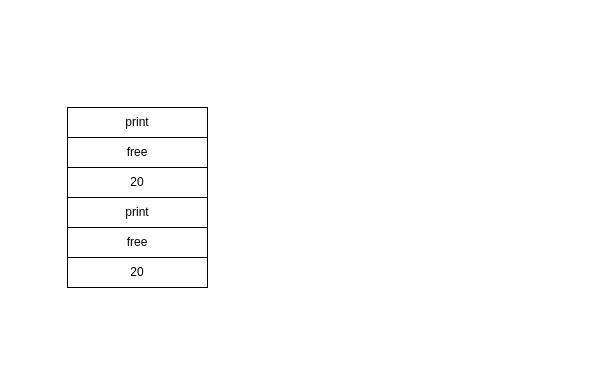
Earlier version of the draw.io diagram blog/ciscn_2019_n_3.drawio (Zephyrccc/ImageHostingService). Source tidied: cells renumbered, new cells numbered last; positions are measured from the earlier drawing's top-left corner, leaving out a move shared by most shapes. Both pictures are drawn from the tidied source at 100%, with x=0, y=0 at pixel (67, 107).
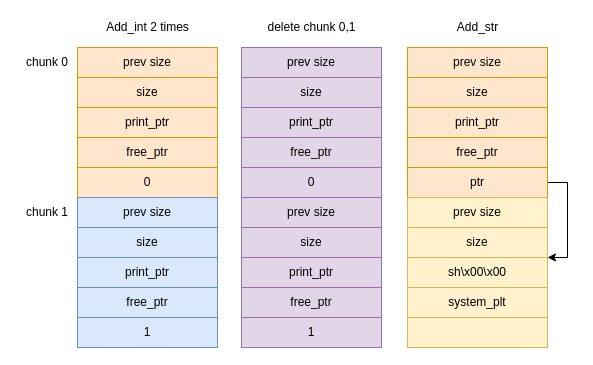
The same diagram, later.

Diff of the diagram source:
```diff
@@
-    <mxCell id="2" value="print&lt;span style=&quot;white-space: pre&quot;&gt;&lt;br&gt;&lt;/span&gt;" style="rounded=0;whiteSpace=wrap;html=1;" parent="1" vertex="1">
-      <mxGeometry width="140" height="30" as="geometry" />
+    <mxCell id="2" value="print_ptr&lt;span style=&quot;white-space: pre&quot;&gt;&lt;br&gt;&lt;/span&gt;" style="rounded=0;whiteSpace=wrap;html=1;fillColor=#ffe6cc;strokeColor=#d79b00;" parent="1" vertex="1">
+      <mxGeometry x="10" width="140" height="30" as="geometry" />
     </mxCell>
-    <mxCell id="3" value="free" style="rounded=0;whiteSpace=wrap;html=1;" parent="1" vertex="1">
-      <mxGeometry y="30" width="140" height="30" as="geometry" />
+    <mxCell id="3" value="free_ptr" style="rounded=0;whiteSpace=wrap;html=1;fillColor=#ffe6cc;strokeColor=#d79b00;" parent="1" vertex="1">
+      <mxGeometry x="10" y="30" width="140" height="30" as="geometry" />
     </mxCell>
-    <mxCell id="4" value="20" style="rounded=0;whiteSpace=wrap;html=1;" parent="1" vertex="1">
-      <mxGeometry y="60" width="140" height="30" as="geometry" />
+    <mxCell id="4" value="0" style="rounded=0;whiteSpace=wrap;html=1;fillColor=#ffe6cc;strokeColor=#d79b00;" parent="1" vertex="1">
+      <mxGeometry x="10" y="60" width="140" height="30" as="geometry" />
     </mxCell>
-    <mxCell id="5" value="print&lt;span style=&quot;white-space: pre&quot;&gt;&lt;br&gt;&lt;/span&gt;" style="rounded=0;whiteSpace=wrap;html=1;" parent="1" vertex="1">
-      <mxGeometry y="90" width="140" height="30" as="geometry" />
+    <mxCell id="5" value="print_ptr&lt;span&gt;&lt;br&gt;&lt;/span&gt;" style="rounded=0;whiteSpace=wrap;html=1;fillColor=#dae8fc;strokeColor=#6c8ebf;" parent="1" vertex="1">
+      <mxGeometry x="10" y="150" width="140" height="30" as="geometry" />
     </mxCell>
-    <mxCell id="6" value="free" style="rounded=0;whiteSpace=wrap;html=1;" parent="1" vertex="1">
-      <mxGeometry y="120" width="140" height="30" as="geometry" />
+    <mxCell id="6" value="free_ptr" style="rounded=0;whiteSpace=wrap;html=1;fillColor=#dae8fc;strokeColor=#6c8ebf;" parent="1" vertex="1">
+      <mxGeometry x="10" y="180" width="140" height="30" as="geometry" />
     </mxCell>
-    <mxCell id="7" value="20" style="rounded=0;whiteSpace=wrap;html=1;" parent="1" vertex="1">
-      <mxGeometry y="150" width="140" height="30" as="geometry" />
+    <mxCell id="7" value="1" style="rounded=0;whiteSpace=wrap;html=1;fillColor=#dae8fc;strokeColor=#6c8ebf;" parent="1" vertex="1">
+      <mxGeometry x="10" y="210" width="140" height="30" as="geometry" />
     </mxCell>
+    <mxCell id="8" value="chunk 0" style="text;html=1;strokeColor=none;fillColor=none;align=center;verticalAlign=middle;whiteSpace=wrap;rounded=0;" parent="1" vertex="1">
+      <mxGeometry x="-50" y="-60" width="60" height="30" as="geometry" />
+    </mxCell>
+    <mxCell id="9" value="size" style="rounded=0;whiteSpace=wrap;html=1;fillColor=#ffe6cc;strokeColor=#d79b00;" parent="1" vertex="1">
+      <mxGeometry x="10" y="-30" width="140" height="30" as="geometry" />
+    </mxCell>
+    <mxCell id="10" value="prev size" style="rounded=0;whiteSpace=wrap;html=1;fillColor=#ffe6cc;strokeColor=#d79b00;" parent="1" vertex="1">
+      <mxGeometry x="10" y="-60" width="140" height="30" as="geometry" />
+    </mxCell>
+    <mxCell id="11" value="size" style="rounded=0;whiteSpace=wrap;html=1;fillColor=#dae8fc;strokeColor=#6c8ebf;" parent="1" vertex="1">
+      <mxGeometry x="10" y="120" width="140" height="30" as="geometry" />
+    </mxCell>
+    <mxCell id="12" value="prev size" style="rounded=0;whiteSpace=wrap;html=1;fillColor=#dae8fc;strokeColor=#6c8ebf;" parent="1" vertex="1">
+      <mxGeometry x="10" y="90" width="140" height="30" as="geometry" />
+    </mxCell>
+    <mxCell id="13" value="chunk 1" style="text;html=1;strokeColor=none;fillColor=none;align=center;verticalAlign=middle;whiteSpace=wrap;rounded=0;" parent="1" vertex="1">
+      <mxGeometry x="-50" y="90" width="60" height="30" as="geometry" />
+    </mxCell>
+    <mxCell id="14" value="Add_int 2 times" style="text;html=1;align=center;verticalAlign=middle;strokeColor=none;fillColor=none;" parent="1" vertex="1">
+      <mxGeometry x="30" y="-90" width="100" height="20" as="geometry" />
+    </mxCell>
+    <mxCell id="15" value="print_ptr&lt;span style=&quot;white-space: pre&quot;&gt;&lt;br&gt;&lt;/span&gt;" style="rounded=0;whiteSpace=wrap;html=1;fillColor=#e1d5e7;strokeColor=#9673a6;" parent="1" vertex="1">
+      <mxGeometry x="174" width="140" height="30" as="geometry" />
+    </mxCell>
+    <mxCell id="16" value="free_ptr" style="rounded=0;whiteSpace=wrap;html=1;fillColor=#e1d5e7;strokeColor=#9673a6;" parent="1" vertex="1">
+      <mxGeometry x="174" y="30" width="140" height="30" as="geometry" />
+    </mxCell>
+    <mxCell id="17" value="0" style="rounded=0;whiteSpace=wrap;html=1;fillColor=#e1d5e7;strokeColor=#9673a6;" parent="1" vertex="1">
+      <mxGeometry x="174" y="60" width="140" height="30" as="geometry" />
+    </mxCell>
+    <mxCell id="18" value="print_ptr&lt;span&gt;&lt;br&gt;&lt;/span&gt;" style="rounded=0;whiteSpace=wrap;html=1;fillColor=#e1d5e7;strokeColor=#9673a6;" parent="1" vertex="1">
+      <mxGeometry x="174" y="150" width="140" height="30" as="geometry" />
+    </mxCell>
+    <mxCell id="19" value="free_ptr" style="rounded=0;whiteSpace=wrap;html=1;fillColor=#e1d5e7;strokeColor=#9673a6;" parent="1" vertex="1">
+      <mxGeometry x="174" y="180" width="140" height="30" as="geometry" />
+    </mxCell>
+    <mxCell id="20" value="1" style="rounded=0;whiteSpace=wrap;html=1;fillColor=#e1d5e7;strokeColor=#9673a6;" parent="1" vertex="1">
+      <mxGeometry x="174" y="210" width="140" height="30" as="geometry" />
+    </mxCell>
+    <mxCell id="21" value="size" style="rounded=0;whiteSpace=wrap;html=1;fillColor=#e1d5e7;strokeColor=#9673a6;" parent="1" vertex="1">
+      <mxGeometry x="174" y="-30" width="140" height="30" as="geometry" />
+    </mxCell>
+    <mxCell id="22" value="prev size" style="rounded=0;whiteSpace=wrap;html=1;fillColor=#e1d5e7;strokeColor=#9673a6;" parent="1" vertex="1">
+      <mxGeometry x="174" y="-60" width="140" height="30" as="geometry" />
+    </mxCell>
+    <mxCell id="23" value="size" style="rounded=0;whiteSpace=wrap;html=1;fillColor=#e1d5e7;strokeColor=#9673a6;" parent="1" vertex="1">
+      <mxGeometry x="174" y="120" width="140" height="30" as="geometry" />
+    </mxCell>
+    <mxCell id="24" value="prev size" style="rounded=0;whiteSpace=wrap;html=1;fillColor=#e1d5e7;strokeColor=#9673a6;" parent="1" vertex="1">
+      <mxGeometry x="174" y="90" width="140" height="30" as="geometry" />
+    </mxCell>
+    <mxCell id="25" value="delete chunk 0,1" style="text;html=1;align=center;verticalAlign=middle;strokeColor=none;fillColor=none;" parent="1" vertex="1">
+      <mxGeometry x="194" y="-90" width="100" height="20" as="geometry" />
+    </mxCell>
+    <mxCell id="26" value="print_ptr&lt;span style=&quot;white-space: pre&quot;&gt;&lt;br&gt;&lt;/span&gt;" style="rounded=0;whiteSpace=wrap;html=1;fillColor=#ffe6cc;strokeColor=#d79b00;" parent="1" vertex="1">
+      <mxGeometry x="340" width="140" height="30" as="geometry" />
+    </mxCell>
+    <mxCell id="27" value="free_ptr" style="rounded=0;whiteSpace=wrap;html=1;fillColor=#ffe6cc;strokeColor=#d79b00;" parent="1" vertex="1">
+      <mxGeometry x="340" y="30" width="140" height="30" as="geometry" />
+    </mxCell>
+    <mxCell id="28" style="edgeStyle=orthogonalEdgeStyle;rounded=0;jettySize=auto;html=1;exitX=1;exitY=0.5;exitDx=0;exitDy=0;entryX=1;entryY=0;entryDx=0;entryDy=0;" parent="1" edge="1" source="29" target="30">
+      <mxGeometry relative="1" as="geometry">
+        <Array as="points">
+          <mxPoint x="500" y="75" />
+          <mxPoint x="500" y="150" />
+        </Array>
+      </mxGeometry>
+    </mxCell>
+    <mxCell id="29" value="ptr" style="rounded=0;whiteSpace=wrap;html=1;fillColor=#ffe6cc;strokeColor=#d79b00;" parent="1" vertex="1">
+      <mxGeometry x="340" y="60" width="140" height="30" as="geometry" />
+    </mxCell>
+    <mxCell id="30" value="sh\x00\x00&lt;span&gt;&lt;br&gt;&lt;/span&gt;" style="rounded=0;whiteSpace=wrap;html=1;fillColor=#fff2cc;strokeColor=#d6b656;" parent="1" vertex="1">
+      <mxGeometry x="340" y="150" width="140" height="30" as="geometry" />
+    </mxCell>
+    <mxCell id="31" value="system_plt" style="rounded=0;whiteSpace=wrap;html=1;fillColor=#fff2cc;strokeColor=#d6b656;" parent="1" vertex="1">
+      <mxGeometry x="340" y="180" width="140" height="30" as="geometry" />
+    </mxCell>
+    <mxCell id="32" style="rounded=0;whiteSpace=wrap;html=1;fillColor=#fff2cc;strokeColor=#d6b656;" parent="1" vertex="1">
+      <mxGeometry x="340" y="210" width="140" height="30" as="geometry" />
+    </mxCell>
+    <mxCell id="33" value="size" style="rounded=0;whiteSpace=wrap;html=1;fillColor=#ffe6cc;strokeColor=#d79b00;" parent="1" vertex="1">
+      <mxGeometry x="340" y="-30" width="140" height="30" as="geometry" />
+    </mxCell>
+    <mxCell id="34" value="prev size" style="rounded=0;whiteSpace=wrap;html=1;fillColor=#ffe6cc;strokeColor=#d79b00;" parent="1" vertex="1">
+      <mxGeometry x="340" y="-60" width="140" height="30" as="geometry" />
+    </mxCell>
+    <mxCell id="35" value="size" style="rounded=0;whiteSpace=wrap;html=1;fillColor=#fff2cc;strokeColor=#d6b656;" parent="1" vertex="1">
+      <mxGeometry x="340" y="120" width="140" height="30" as="geometry" />
+    </mxCell>
+    <mxCell id="36" value="prev size" style="rounded=0;whiteSpace=wrap;html=1;fillColor=#fff2cc;strokeColor=#d6b656;" parent="1" vertex="1">
+      <mxGeometry x="340" y="90" width="140" height="30" as="geometry" />
+    </mxCell>
+    <mxCell id="37" value="Add_str" style="text;html=1;align=center;verticalAlign=middle;strokeColor=none;fillColor=none;" parent="1" vertex="1">
+      <mxGeometry x="380" y="-90" width="60" height="20" as="geometry" />
+    </mxCell>
```
